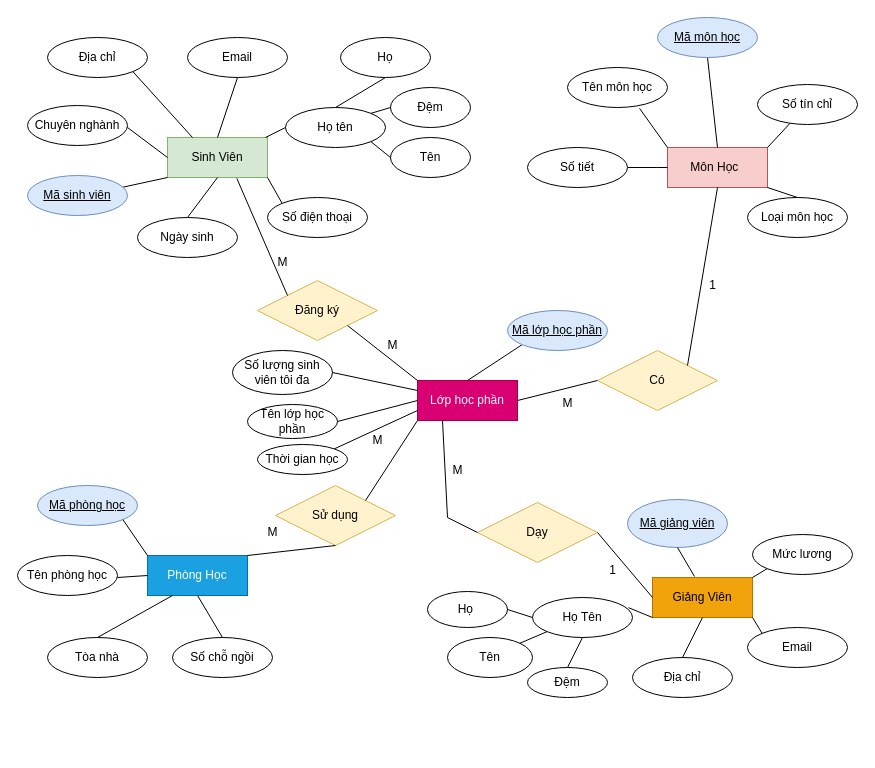
Before: Biểu đồ không có tiêu đề.drawio in TDev2910/diagrams, a draw.io diagram. Source tidied: cells renumbered, new cells numbered last; positions are measured from the earlier drawing's top-left corner, leaving out a move shared by most shapes. Both pictures are drawn from the tidied source at 100%, with x=0, y=0 at pixel (17, 17).
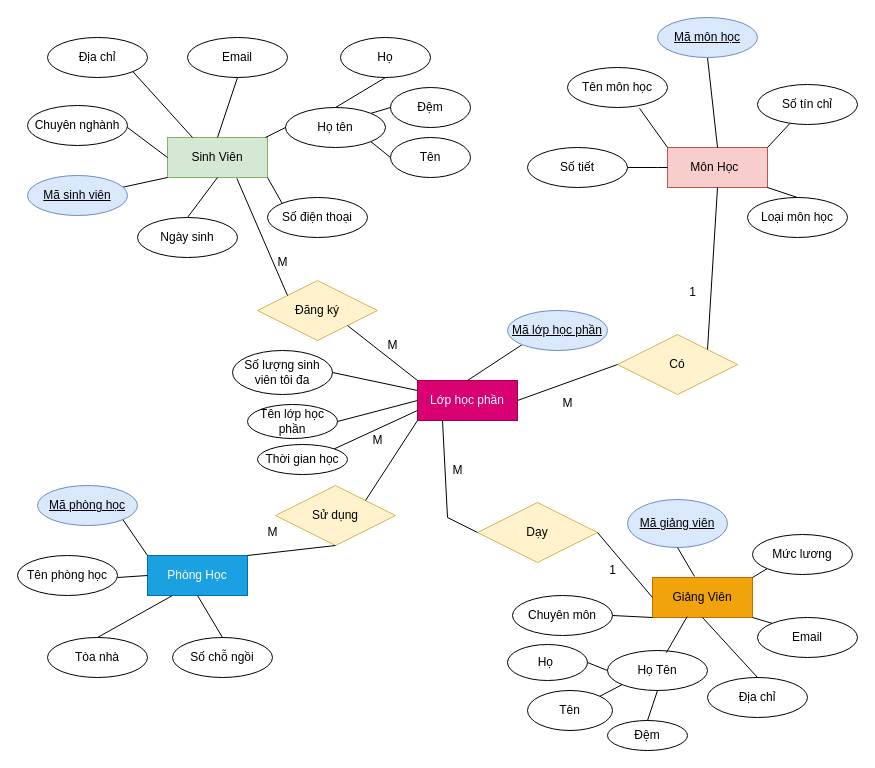
The same diagram, later.

Commit message:
Cập nhật Biểu đồ không có tiêu đề.drawio

Unchanged cells that the change refers to:
```xml
<mxCell id="3" value="Giảng Viên" style="whiteSpace=wrap;html=1;align=center;fillColor=#f0a30a;fontColor=#000000;strokeColor=#BD7000;" parent="1" vertex="1">
  <mxGeometry x="635" y="560" width="100" height="40" as="geometry" />
</mxCell>
```

The edit, as a diff of the source:
```diff
@@
     <mxCell id="40" value="Có" style="shape=rhombus;perimeter=rhombusPerimeter;whiteSpace=wrap;html=1;align=center;fillColor=#fff2cc;strokeColor=#d6b656;" parent="1" vertex="1">
-      <mxGeometry x="580" y="333" width="120" height="60" as="geometry" />
+      <mxGeometry x="600" y="317" width="120" height="60" as="geometry" />
     </mxCell>
@@
     <mxCell id="44" value="1" style="text;html=1;align=center;verticalAlign=middle;strokeColor=none;fillColor=none;" parent="1" vertex="1">
-      <mxGeometry x="680" y="253" width="30" height="30" as="geometry" />
+      <mxGeometry x="660" y="260" width="30" height="30" as="geometry" />
     </mxCell>
@@
     <mxCell id="69" value="Họ Tên" style="ellipse;whiteSpace=wrap;html=1;align=center;" parent="1" vertex="1">
-      <mxGeometry x="515" y="580" width="100" height="40" as="geometry" />
+      <mxGeometry x="590" y="633" width="100" height="40" as="geometry" />
     </mxCell>
-    <mxCell id="70" style="endArrow=none;html=1;rounded=0;entryX=0;entryY=1;entryDx=0;entryDy=0;exitX=0.96;exitY=0.255;exitDx=0;exitDy=0;exitPerimeter=0;" parent="1" edge="1" source="69" target="3">
+    <mxCell id="70" style="endArrow=none;html=1;rounded=0;entryX=0.346;entryY=0.98;entryDx=0;entryDy=0;exitX=0.588;exitY=0.055;exitDx=0;exitDy=0;exitPerimeter=0;entryPerimeter=0;" parent="1" edge="1" source="69" target="3">
       <mxGeometry relative="1" as="geometry" />
     </mxCell>
     <mxCell id="71" value="Họ&amp;nbsp;" style="ellipse;whiteSpace=wrap;html=1;align=center;" parent="1" vertex="1">
-      <mxGeometry x="410" y="574" width="80" height="36" as="geometry" />
+      <mxGeometry x="490" y="627" width="80" height="36" as="geometry" />
     </mxCell>
     <mxCell id="72" value="Tên" style="ellipse;whiteSpace=wrap;html=1;align=center;" parent="1" vertex="1">
-      <mxGeometry x="430" y="620" width="85" height="40" as="geometry" />
+      <mxGeometry x="510" y="673" width="85" height="40" as="geometry" />
     </mxCell>
     <mxCell id="73" value="Đệm" style="ellipse;whiteSpace=wrap;html=1;align=center;" parent="1" vertex="1">
-      <mxGeometry x="510" y="650" width="80" height="30" as="geometry" />
+      <mxGeometry x="590" y="703" width="80" height="30" as="geometry" />
     </mxCell>
@@
     <mxCell id="77" value="Địa chỉ" style="ellipse;whiteSpace=wrap;html=1;align=center;" parent="1" vertex="1">
-      <mxGeometry x="615" y="640" width="100" height="40" as="geometry" />
+      <mxGeometry x="690" y="660" width="100" height="40" as="geometry" />
     </mxCell>
@@
     <mxCell id="79" value="Email" style="ellipse;whiteSpace=wrap;html=1;align=center;" parent="1" vertex="1">
-      <mxGeometry x="730" y="610" width="100" height="40" as="geometry" />
+      <mxGeometry x="740" y="600" width="100" height="40" as="geometry" />
     </mxCell>
@@
+    <mxCell id="89" value="Chuyên môn" style="ellipse;whiteSpace=wrap;html=1;align=center;" parent="1" vertex="1">
+      <mxGeometry x="495" y="578" width="100" height="40" as="geometry" />
+    </mxCell>
+    <mxCell id="90" style="endArrow=none;html=1;rounded=0;entryX=0;entryY=1;entryDx=0;entryDy=0;exitX=1;exitY=0.5;exitDx=0;exitDy=0;" parent="1" edge="1" source="89" target="3">
+      <mxGeometry relative="1" as="geometry" />
+    </mxCell>
```
